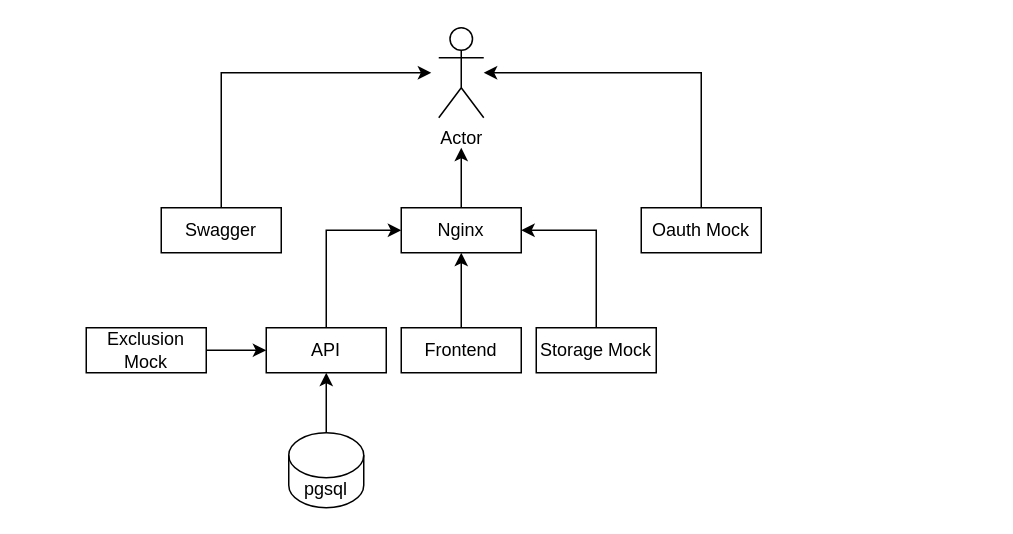
Before: diagram.drawio in AirWalk-Digital/airview-demo-environment, a draw.io diagram. Source tidied: cells renumbered, new cells numbered last; positions are measured from the earlier drawing's top-left corner, leaving out a move shared by most shapes. Both pictures are drawn from the tidied source at 150%, with x=0, y=0 at pixel (86, 27).
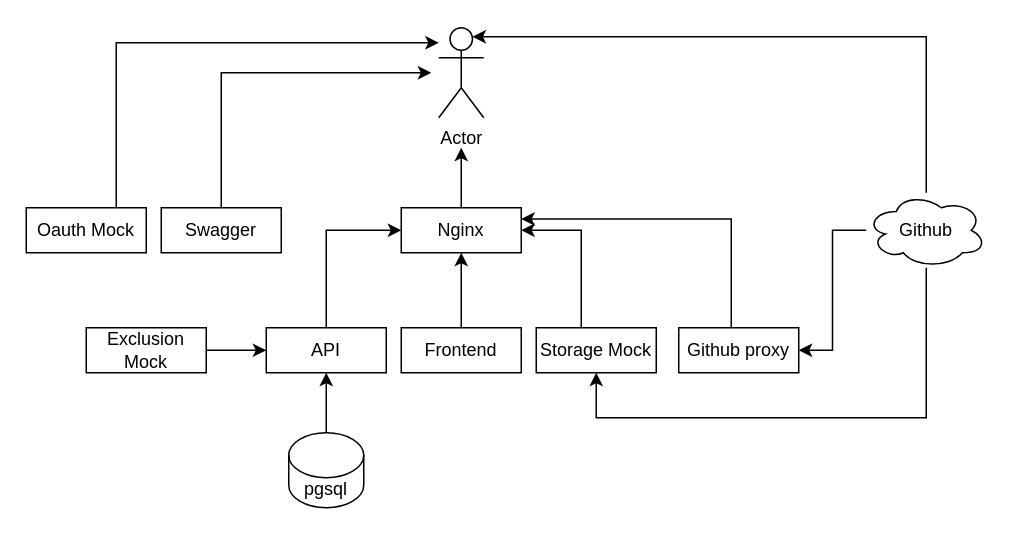
The same diagram, later.

Commit message (it also covers changes not shown here):
Add github fuctionality

The change refers to these unchanged cells:
```xml
<mxCell id="2" value="Actor" style="shape=umlActor;verticalLabelPosition=bottom;verticalAlign=top;html=1;outlineConnect=0;" parent="1" vertex="1">
  <mxGeometry x="235" width="30" height="60" as="geometry" />
</mxCell>
<mxCell id="6" value="Nginx" style="rounded=0;whiteSpace=wrap;html=1;" parent="1" vertex="1">
  <mxGeometry x="210" y="120" width="80" height="30" as="geometry" />
</mxCell>
<mxCell id="14" value="Storage Mock" style="rounded=0;whiteSpace=wrap;html=1;" parent="1" vertex="1">
  <mxGeometry x="300" y="200" width="80" height="30" as="geometry" />
</mxCell>
```

The edit, as a diff of the source:
```diff
@@
     <mxCell id="7" style="edgeStyle=orthogonalEdgeStyle;rounded=0;jettySize=auto;html=1;endArrow=classic;endFill=1;" parent="1" edge="1" source="8" target="2">
       <mxGeometry relative="1" as="geometry">
         <Array as="points">
-          <mxPoint x="410" y="30" />
+          <mxPoint x="20" y="10" />
         </Array>
       </mxGeometry>
     </mxCell>
     <mxCell id="8" value="Oauth Mock" style="rounded=0;whiteSpace=wrap;html=1;" parent="1" vertex="1">
-      <mxGeometry x="370" y="120" width="80" height="30" as="geometry" />
+      <mxGeometry x="-40" y="120" width="80" height="30" as="geometry" />
     </mxCell>
@@
     <mxCell id="13" style="edgeStyle=orthogonalEdgeStyle;rounded=0;jettySize=auto;html=1;entryX=1;entryY=0.5;entryDx=0;entryDy=0;endArrow=classic;endFill=1;" parent="1" edge="1" source="14" target="6">
       <mxGeometry relative="1" as="geometry">
         <Array as="points">
-          <mxPoint x="340" y="135" />
+          <mxPoint x="330" y="135" />
         </Array>
       </mxGeometry>
     </mxCell>
@@
+    <mxCell id="19" style="edgeStyle=orthogonalEdgeStyle;rounded=0;jettySize=auto;html=1;entryX=1;entryY=0.5;entryDx=0;entryDy=0;endArrow=classic;endFill=1;" parent="1" edge="1" source="22" target="24">
+      <mxGeometry relative="1" as="geometry" />
+    </mxCell>
+    <mxCell id="20" style="edgeStyle=orthogonalEdgeStyle;rounded=0;jettySize=auto;html=1;entryX=0.75;entryY=0.1;entryDx=0;entryDy=0;entryPerimeter=0;endArrow=classic;endFill=1;" parent="1" edge="1" source="22" target="2">
+      <mxGeometry relative="1" as="geometry">
+        <Array as="points">
+          <mxPoint x="560" y="6" />
+        </Array>
+      </mxGeometry>
+    </mxCell>
+    <mxCell id="21" style="edgeStyle=orthogonalEdgeStyle;rounded=0;jettySize=auto;html=1;endArrow=classic;endFill=1;" parent="1" edge="1" source="22" target="14">
+      <mxGeometry relative="1" as="geometry">
+        <Array as="points">
+          <mxPoint x="560" y="260" />
+          <mxPoint x="340" y="260" />
+        </Array>
+      </mxGeometry>
+    </mxCell>
+    <mxCell id="22" value="Github" style="ellipse;shape=cloud;whiteSpace=wrap;html=1;" parent="1" vertex="1">
+      <mxGeometry x="520" y="110" width="80" height="50" as="geometry" />
+    </mxCell>
+    <mxCell id="23" style="edgeStyle=orthogonalEdgeStyle;rounded=0;jettySize=auto;html=1;entryX=1;entryY=0.25;entryDx=0;entryDy=0;endArrow=classic;endFill=1;" parent="1" edge="1" source="24" target="6">
+      <mxGeometry relative="1" as="geometry">
+        <Array as="points">
+          <mxPoint x="430" y="128" />
+        </Array>
+      </mxGeometry>
+    </mxCell>
+    <mxCell id="24" value="Github proxy" style="rounded=0;whiteSpace=wrap;html=1;" parent="1" vertex="1">
+      <mxGeometry x="395" y="200" width="80" height="30" as="geometry" />
+    </mxCell>
```
